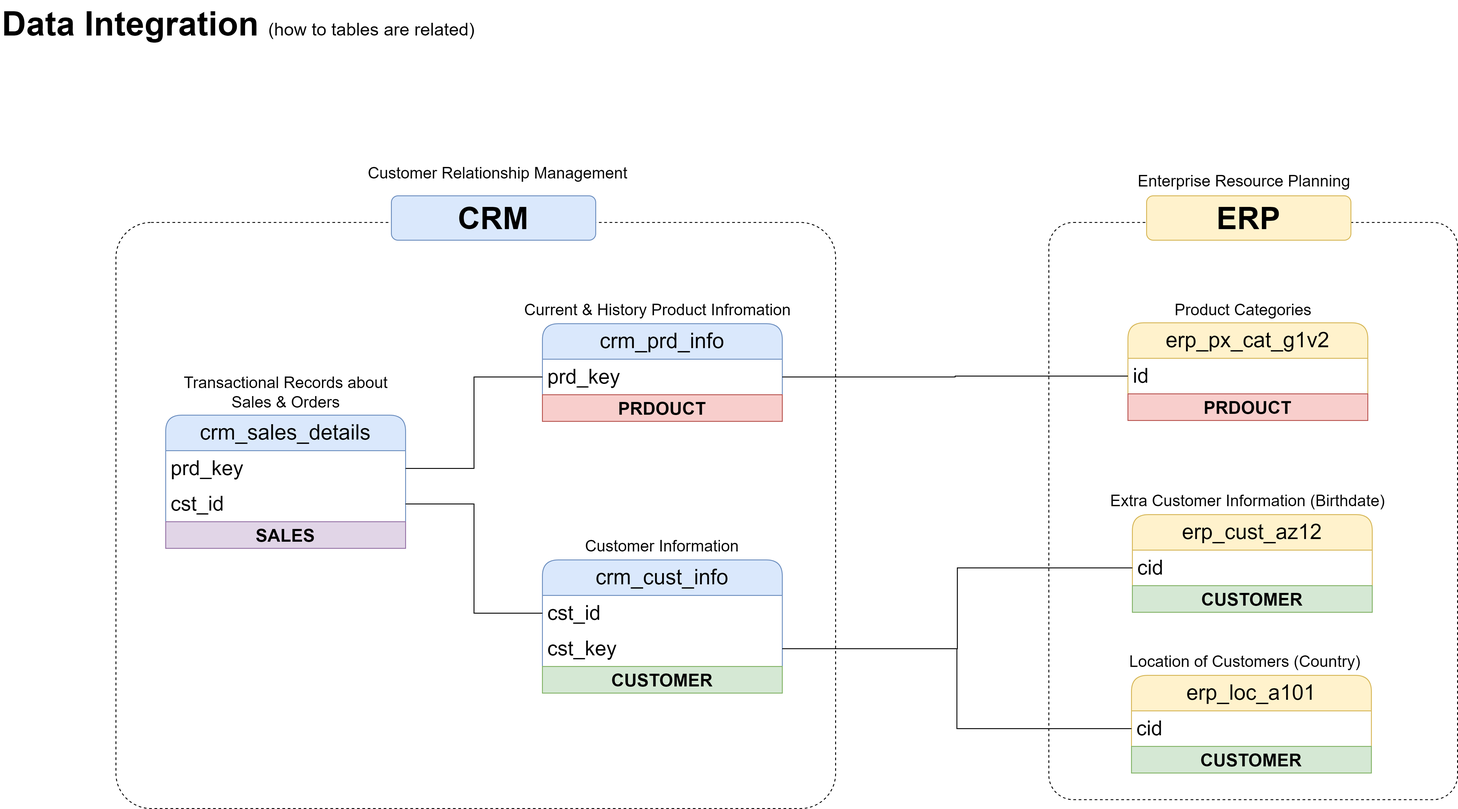
The draw.io diagram docs/data_integration.png in BernatBC06/sql-data-warehouse-project, before a commit. Source tidied: cells renumbered, new cells last; positions are measured from the earlier drawing's top-left corner, leaving out a move shared by most shapes.
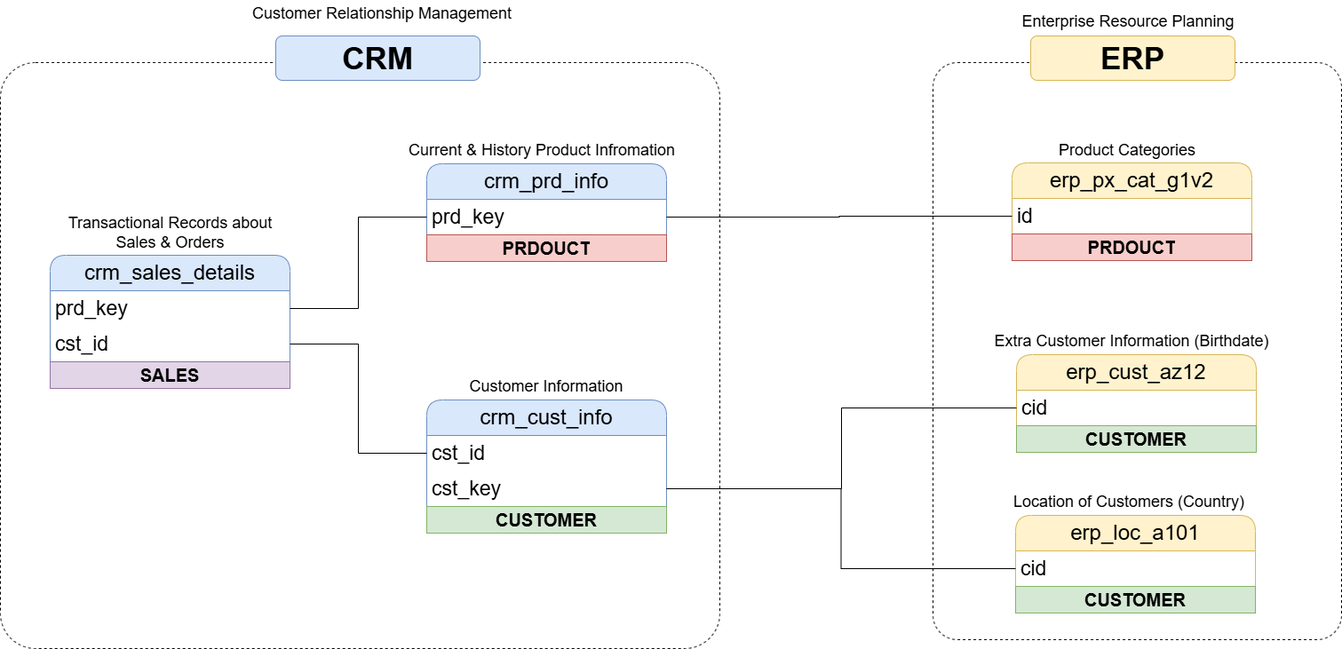
After the change.

Change to the diagram source:
```diff
@@ -8,9 +8,6 @@
     <mxCell id="3" style="rounded=1;whiteSpace=wrap;html=1;arcSize=6;fillColor=none;dashed=1;" parent="1" vertex="1">
       <mxGeometry x="1180" y="250" width="460" height="650" as="geometry" />
     </mxCell>
-    <mxCell id="4" value="&lt;font style=&quot;&quot;&gt;&lt;b&gt;Data Integration&amp;nbsp;&lt;/b&gt;&lt;font style=&quot;font-size: 20px;&quot;&gt;(how to tables are related)&lt;/font&gt;&lt;br style=&quot;font-size: 38px;&quot;&gt;&lt;/font&gt;" style="text;html=1;strokeColor=none;fillColor=none;align=left;verticalAlign=middle;whiteSpace=wrap;rounded=1;fontSize=38;fontFamily=Helvetica;" parent="1" vertex="1">
-      <mxGeometry width="770" height="54" as="geometry" />
-    </mxCell>
     <mxCell id="5" value="crm_cust_info" style="swimlane;fontStyle=0;horizontal=1;startSize=40;whiteSpace=wrap;html=1;rounded=1;fillColor=#dae8fc;strokeColor=#6c8ebf;fontSize=24;" parent="1" vertex="1">
       <mxGeometry x="610" y="630" width="270" height="150" as="geometry" />
     </mxCell>
```
